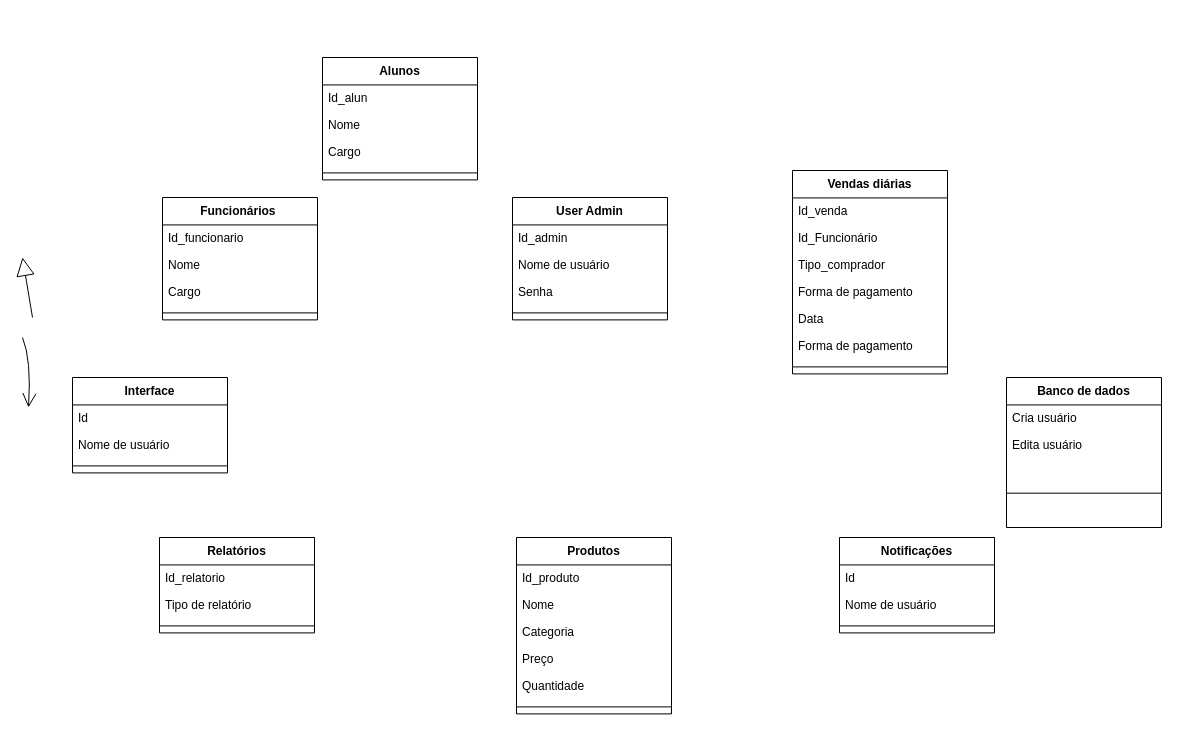
belleruivo/cantina-fatore keeps this draw.io diagram as Diagrama sem nome.drawio. Above is the earlier version. Source tidied: cells renumbered, new cells numbered last; positions are measured from the earlier drawing's top-left corner, leaving out a move shared by most shapes. Both pictures are drawn from the tidied source at 100%, with x=0, y=0 at pixel (22, 57).
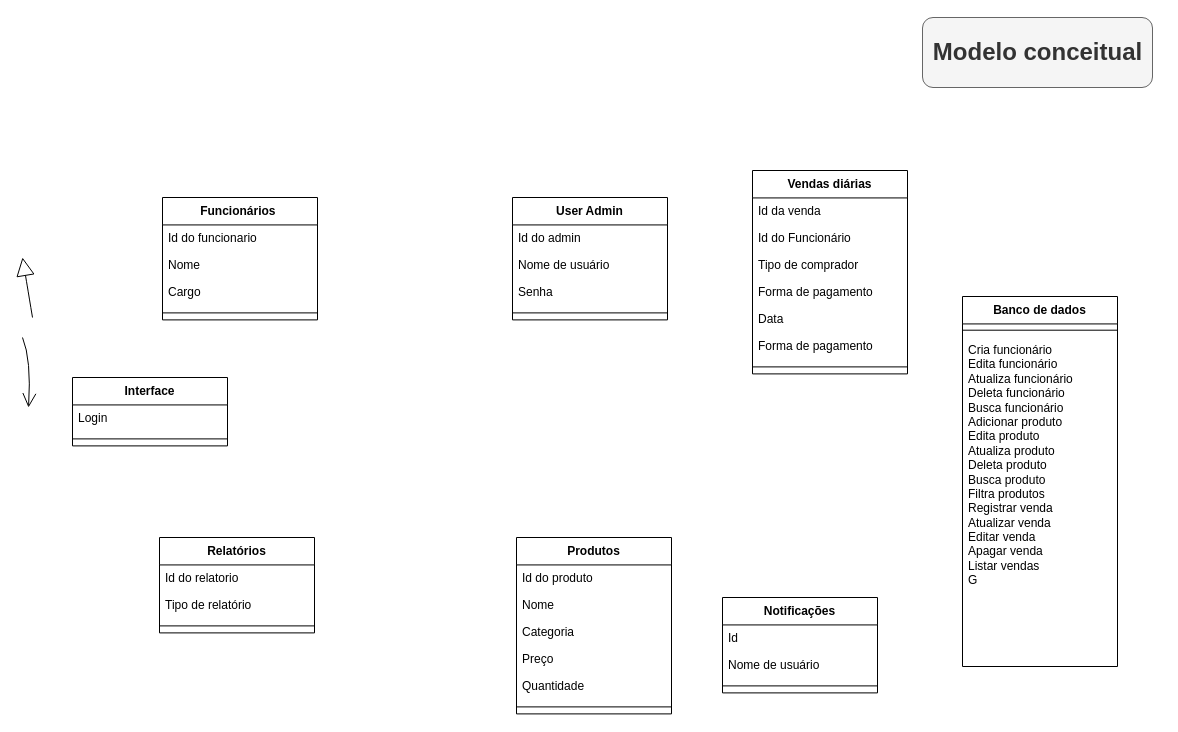
The same page after the edit.

Unchanged cells that the change refers to:
```xml
<mxCell id="8" value="User Admin" style="swimlane;fontStyle=1;align=center;verticalAlign=top;horizontal=1;startSize=27.428571428571427;" parent="1" vertex="1">
  <mxGeometry x="490" y="140" width="155" height="122.4" as="geometry" />
</mxCell>
<mxCell id="13" value="Relatórios" style="swimlane;fontStyle=1;align=center;verticalAlign=top;horizontal=1;startSize=27.428571428571427;" parent="1" vertex="1">
  <mxGeometry x="137" y="480" width="155" height="95.4" as="geometry" />
</mxCell>
<mxCell id="25" value="Funcionários " style="swimlane;fontStyle=1;align=center;verticalAlign=top;horizontal=1;startSize=27.428571428571427;" parent="1" vertex="1">
  <mxGeometry x="140" y="140" width="155" height="122.4" as="geometry" />
</mxCell>
<mxCell id="34" value="Produtos" style="swimlane;fontStyle=1;align=center;verticalAlign=top;horizontal=1;startSize=27.428571428571427;" parent="1" vertex="1">
  <mxGeometry x="494" y="480" width="155" height="176.4" as="geometry" />
</mxCell>
```

Diff of the diagram source:
```diff
@@
     <mxCell id="2" value="Banco de dados" style="swimlane;fontStyle=1;align=center;verticalAlign=top;horizontal=1;startSize=27.428571428571427;" parent="1" vertex="1">
-      <mxGeometry x="984" y="320" width="155" height="150" as="geometry" />
+      <mxGeometry x="940" y="239" width="155" height="370" as="geometry" />
     </mxCell>
-    <mxCell id="3" value="Cria usuário" style="text;strokeColor=none;fillColor=none;align=left;verticalAlign=top;spacingLeft=4;spacingRight=4;overflow=hidden;" parent="2" vertex="1">
-      <mxGeometry y="27.4" width="155" height="27" as="geometry" />
-    </mxCell>
-    <mxCell id="4" value="Edita usuário" style="text;strokeColor=none;fillColor=none;align=left;verticalAlign=top;spacingLeft=4;spacingRight=4;overflow=hidden;" parent="2" vertex="1">
-      <mxGeometry y="54.4" width="155" height="27" as="geometry" />
-    </mxCell>
     <mxCell id="5" style="line;strokeWidth=1;fillColor=none;align=left;verticalAlign=middle;spacingTop=-1;spacingLeft=3;spacingRight=3;labelPosition=right;strokeColor=inherit;" parent="2" vertex="1">
-      <mxGeometry y="81.4" width="155" height="68.6" as="geometry" />
+      <mxGeometry y="27.4" width="155" height="12.6" as="geometry" />
     </mxCell>
+    <mxCell id="50" value="Cria funcionário&lt;div&gt;Edita funcionário&lt;/div&gt;&lt;div&gt;Atualiza funcionário&lt;/div&gt;&lt;div&gt;Deleta funcionário&lt;/div&gt;&lt;div&gt;Busca funcionário&lt;/div&gt;&lt;div&gt;Adicionar produto&lt;/div&gt;&lt;div&gt;Edita produto&lt;/div&gt;&lt;div&gt;Atualiza produto&lt;/div&gt;&lt;div&gt;Deleta produto&lt;/div&gt;&lt;div&gt;Busca produto&lt;/div&gt;&lt;div&gt;Filtra produtos&lt;/div&gt;&lt;div&gt;Registrar venda&lt;/div&gt;&lt;div&gt;Atualizar venda&lt;/div&gt;&lt;div&gt;Editar venda&lt;/div&gt;&lt;div&gt;Apagar venda&lt;/div&gt;&lt;div&gt;Listar vendas&lt;/div&gt;&lt;div&gt;G&lt;/div&gt;&lt;div&gt;&lt;br&gt;&lt;/div&gt;" style="text;strokeColor=none;fillColor=none;align=left;verticalAlign=top;spacingLeft=4;spacingRight=4;overflow=hidden;whiteSpace=wrap;html=1;" parent="2" vertex="1">
+      <mxGeometry y="40" width="155" height="330" as="geometry" />
+    </mxCell>
@@
-    <mxCell id="9" value="Id_admin" style="text;strokeColor=none;fillColor=none;align=left;verticalAlign=top;spacingLeft=4;spacingRight=4;overflow=hidden;" parent="8" vertex="1">
+    <mxCell id="9" value="Id do admin" style="text;strokeColor=none;fillColor=none;align=left;verticalAlign=top;spacingLeft=4;spacingRight=4;overflow=hidden;" parent="8" vertex="1">
       <mxGeometry y="27.4" width="155" height="27" as="geometry" />
     </mxCell>
@@
-    <mxCell id="14" value="Id_relatorio" style="text;strokeColor=none;fillColor=none;align=left;verticalAlign=top;spacingLeft=4;spacingRight=4;overflow=hidden;" parent="13" vertex="1">
+    <mxCell id="14" value="Id do relatorio" style="text;strokeColor=none;fillColor=none;align=left;verticalAlign=top;spacingLeft=4;spacingRight=4;overflow=hidden;" parent="13" vertex="1">
       <mxGeometry y="27.4" width="155" height="27" as="geometry" />
     </mxCell>
@@
     <mxCell id="17" value="Vendas diárias" style="swimlane;fontStyle=1;align=center;verticalAlign=top;horizontal=1;startSize=27.428571428571427;" parent="1" vertex="1">
-      <mxGeometry x="770" y="113" width="155" height="203.4" as="geometry" />
+      <mxGeometry x="730" y="113" width="155" height="203.4" as="geometry" />
     </mxCell>
-    <mxCell id="18" value="Id_venda" style="text;strokeColor=none;fillColor=none;align=left;verticalAlign=top;spacingLeft=4;spacingRight=4;overflow=hidden;" parent="17" vertex="1">
+    <mxCell id="18" value="Id da venda" style="text;strokeColor=none;fillColor=none;align=left;verticalAlign=top;spacingLeft=4;spacingRight=4;overflow=hidden;" parent="17" vertex="1">
       <mxGeometry y="27.4" width="155" height="27" as="geometry" />
     </mxCell>
-    <mxCell id="19" value="Id_Funcionário" style="text;strokeColor=none;fillColor=none;align=left;verticalAlign=top;spacingLeft=4;spacingRight=4;overflow=hidden;" parent="17" vertex="1">
+    <mxCell id="19" value="Id do Funcionário" style="text;strokeColor=none;fillColor=none;align=left;verticalAlign=top;spacingLeft=4;spacingRight=4;overflow=hidden;" parent="17" vertex="1">
       <mxGeometry y="54.4" width="155" height="27" as="geometry" />
     </mxCell>
-    <mxCell id="20" value="Tipo_comprador" style="text;strokeColor=none;fillColor=none;align=left;verticalAlign=top;spacingLeft=4;spacingRight=4;overflow=hidden;" parent="17" vertex="1">
+    <mxCell id="20" value="Tipo de comprador" style="text;strokeColor=none;fillColor=none;align=left;verticalAlign=top;spacingLeft=4;spacingRight=4;overflow=hidden;" parent="17" vertex="1">
       <mxGeometry y="81.4" width="155" height="27" as="geometry" />
     </mxCell>
@@
-    <mxCell id="26" value="Id_funcionario" style="text;strokeColor=none;fillColor=none;align=left;verticalAlign=top;spacingLeft=4;spacingRight=4;overflow=hidden;" parent="25" vertex="1">
+    <mxCell id="26" value="Id do funcionario" style="text;strokeColor=none;fillColor=none;align=left;verticalAlign=top;spacingLeft=4;spacingRight=4;overflow=hidden;" parent="25" vertex="1">
       <mxGeometry y="27.4" width="155" height="27" as="geometry" />
     </mxCell>
@@
     <mxCell id="30" value="Notificações" style="swimlane;fontStyle=1;align=center;verticalAlign=top;horizontal=1;startSize=27.428571428571427;" parent="1" vertex="1">
-      <mxGeometry x="817" y="480" width="155" height="95.4" as="geometry" />
+      <mxGeometry x="700" y="540" width="155" height="95.4" as="geometry" />
     </mxCell>
@@
-    <mxCell id="35" value="Id_produto" style="text;strokeColor=none;fillColor=none;align=left;verticalAlign=top;spacingLeft=4;spacingRight=4;overflow=hidden;" parent="34" vertex="1">
+    <mxCell id="35" value="Id do produto" style="text;strokeColor=none;fillColor=none;align=left;verticalAlign=top;spacingLeft=4;spacingRight=4;overflow=hidden;" parent="34" vertex="1">
       <mxGeometry y="27.4" width="155" height="27" as="geometry" />
     </mxCell>
@@
     <mxCell id="41" value="Interface" style="swimlane;fontStyle=1;align=center;verticalAlign=top;horizontal=1;startSize=27.428571428571427;" parent="1" vertex="1">
-      <mxGeometry x="50" y="320" width="155" height="95.4" as="geometry" />
+      <mxGeometry x="50" y="320" width="155" height="68.4" as="geometry" />
     </mxCell>
-    <mxCell id="42" value="Id" style="text;strokeColor=none;fillColor=none;align=left;verticalAlign=top;spacingLeft=4;spacingRight=4;overflow=hidden;" parent="41" vertex="1">
+    <mxCell id="42" value="Login" style="text;strokeColor=none;fillColor=none;align=left;verticalAlign=top;spacingLeft=4;spacingRight=4;overflow=hidden;" parent="41" vertex="1">
       <mxGeometry y="27.4" width="155" height="27" as="geometry" />
     </mxCell>
-    <mxCell id="43" value="Nome de usuário" style="text;strokeColor=none;fillColor=none;align=left;verticalAlign=top;spacingLeft=4;spacingRight=4;overflow=hidden;" parent="41" vertex="1">
-      <mxGeometry y="54.4" width="155" height="27" as="geometry" />
-    </mxCell>
     <mxCell id="44" style="line;strokeWidth=1;fillColor=none;align=left;verticalAlign=middle;spacingTop=-1;spacingLeft=3;spacingRight=3;labelPosition=right;strokeColor=inherit;" parent="41" vertex="1">
-      <mxGeometry y="81.4" width="155" height="14" as="geometry" />
+      <mxGeometry y="54.4" width="155" height="14" as="geometry" />
     </mxCell>
-    <mxCell id="45" value="Alunos" style="swimlane;fontStyle=1;align=center;verticalAlign=top;horizontal=1;startSize=27.428571428571427;" parent="1" vertex="1">
-      <mxGeometry x="300" width="155" height="122.4" as="geometry" />
-    </mxCell>
-    <mxCell id="46" value="Id_alun " style="text;strokeColor=none;fillColor=none;align=left;verticalAlign=top;spacingLeft=4;spacingRight=4;overflow=hidden;" parent="45" vertex="1">
-      <mxGeometry y="27.4" width="155" height="27" as="geometry" />
-    </mxCell>
-    <mxCell id="47" value="Nome" style="text;strokeColor=none;fillColor=none;align=left;verticalAlign=top;spacingLeft=4;spacingRight=4;overflow=hidden;" parent="45" vertex="1">
-      <mxGeometry y="54.4" width="155" height="27" as="geometry" />
-    </mxCell>
-    <mxCell id="48" value="Cargo" style="text;strokeColor=none;fillColor=none;align=left;verticalAlign=top;spacingLeft=4;spacingRight=4;overflow=hidden;" parent="45" vertex="1">
-      <mxGeometry y="81.4" width="155" height="27" as="geometry" />
-    </mxCell>
-    <mxCell id="49" style="line;strokeWidth=1;fillColor=none;align=left;verticalAlign=middle;spacingTop=-1;spacingLeft=3;spacingRight=3;labelPosition=right;strokeColor=inherit;" parent="45" vertex="1">
-      <mxGeometry y="108.4" width="155" height="14" as="geometry" />
-    </mxCell>
+    <mxCell id="51" value="&lt;h1&gt;Modelo conceitual&lt;/h1&gt;" style="text;html=1;align=center;verticalAlign=middle;fillColor=#f5f5f5;fontColor=#333333;strokeColor=#666666;rounded=1;" parent="1" vertex="1">
+      <mxGeometry x="900" y="-40" width="230" height="70" as="geometry" />
+    </mxCell>
```
